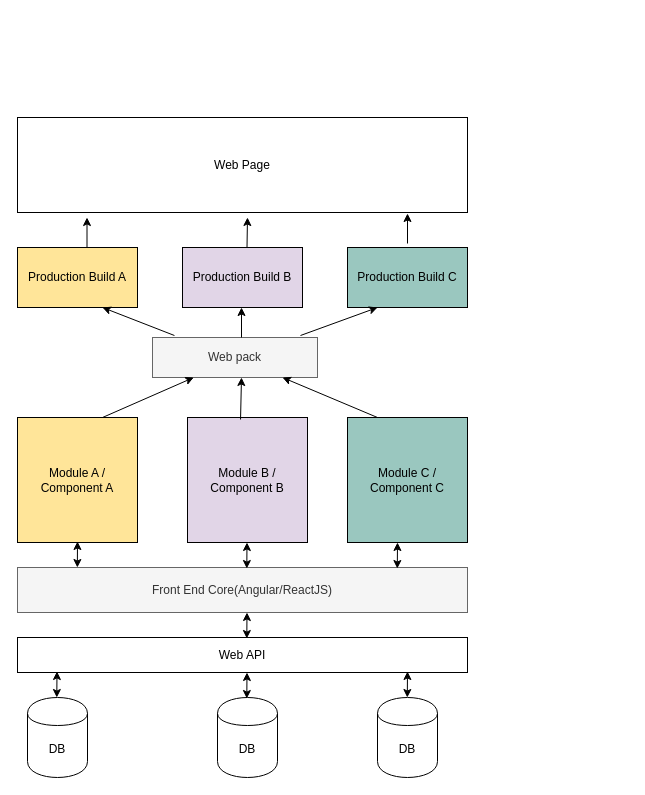
Before: Untitled Diagram.drawio in Amjathaws/mytest, a draw.io diagram. Source tidied: cells renumbered, new cells numbered last; positions are measured from the earlier drawing's top-left corner, leaving out a move shared by most shapes. Both pictures are drawn from the tidied source at 100%, with x=0, y=0 at pixel (17, 117).
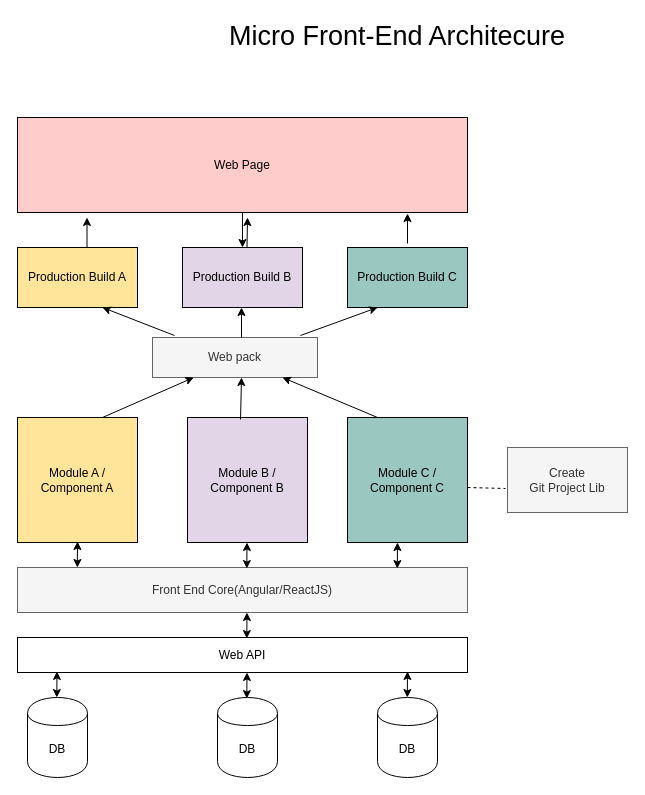
After the change.

Unchanged cells that the change refers to:
```xml
<mxCell id="9" value="Production Build B" style="rounded=0;whiteSpace=wrap;html=1;fillColor=#E1D5E7;" parent="1" vertex="1">
  <mxGeometry x="165" y="130" width="120" height="60" as="geometry" />
</mxCell>
```

Change to the diagram source:
```diff
@@
+    <mxCell id="31" style="edgeStyle=orthogonalEdgeStyle;rounded=0;jettySize=auto;html=1;" parent="1" edge="1" source="11" target="9">
+      <mxGeometry relative="1" as="geometry" />
+    </mxCell>
-    <mxCell id="11" value="Web Page" style="rounded=0;whiteSpace=wrap;html=1;" parent="1" vertex="1">
+    <mxCell id="11" value="Web Page" style="rounded=0;whiteSpace=wrap;html=1;fillColor=#FFCCCC;" parent="1" vertex="1">
       <mxGeometry width="450" height="95" as="geometry" />
     </mxCell>
@@
+    <mxCell id="32" value="&lt;font style=&quot;font-size: 27px&quot;&gt;Micro Front-End Architecure&lt;/font&gt;" style="text;html=1;align=left;verticalAlign=top;spacingTop=-4;strokeWidth=8;" parent="1" vertex="1">
+      <mxGeometry x="210" y="-100" width="350" height="20" as="geometry" />
+    </mxCell>
+    <mxCell id="33" value="Create&lt;br&gt;Git Project Lib" style="rounded=0;whiteSpace=wrap;html=1;fillColor=#f5f5f5;strokeColor=#666666;fontColor=#333333;" parent="1" vertex="1">
+      <mxGeometry x="490" y="330" width="120" height="65" as="geometry" />
+    </mxCell>
+    <mxCell id="34" style="endArrow=none;dashed=1;html=1;" parent="1" edge="1">
+      <mxGeometry relative="1" as="geometry">
+        <mxPoint x="450" y="370" as="sourcePoint" />
+        <mxPoint x="488" y="371" as="targetPoint" />
+      </mxGeometry>
+    </mxCell>
```
